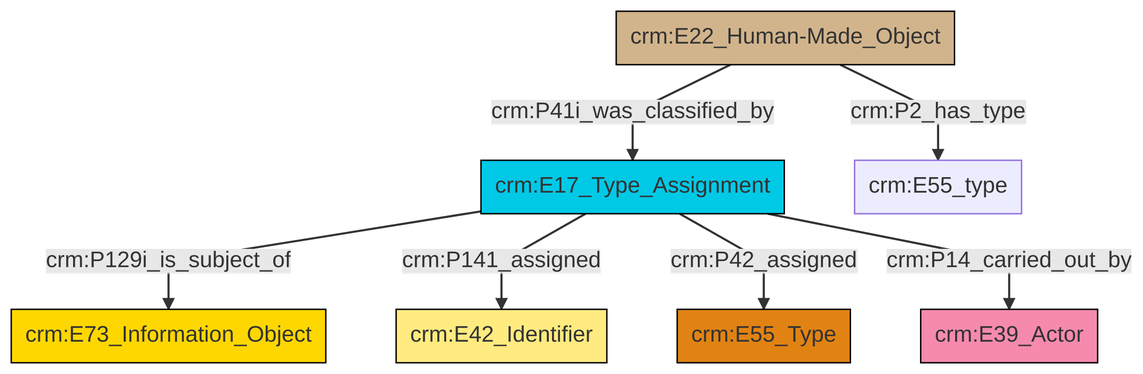
The Mermaid diagram et/builtWorkCSV/ttl/mmd/png/Built_Work_designation_status.png in swiss-art-research-net/reference-data-models, before a commit. Its source is kept beside it as et/builtWorkCSV/ttl/mmd/Built_Work_designation_status.ttl.mmd.
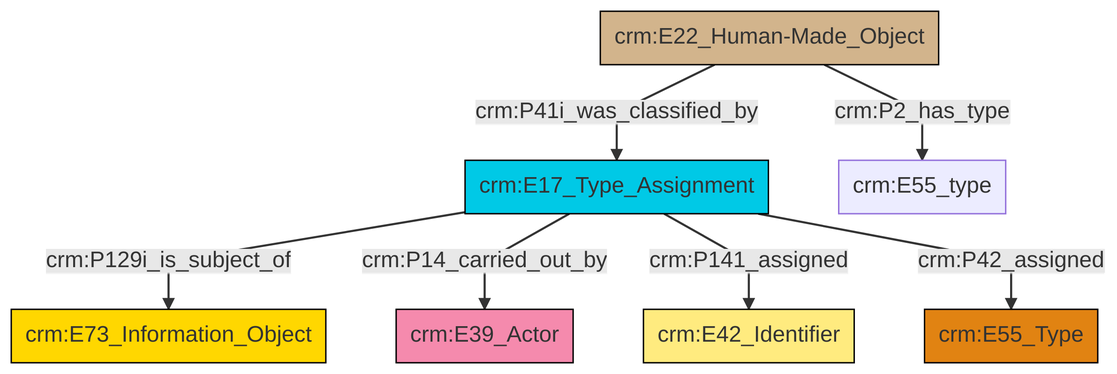
Above is the later version.

Change to the diagram source:
```diff
@@ -13,9 +13,9 @@
 classDef PC_Classes fill:#4ce600, stroke:#000000;
 classDef Multi fill:#cccccc,stroke:#000000;
 
-2["crm:E17_Type_Assignment"]:::Temporal_Entity -->|crm:P129i_is_subject_of| 4["crm:E73_Information_Object"]:::Conceptual_Object
-5["crm:E22_Human-Made_Object"]:::Physical_Thing -->|crm:P41i_was_classified_by| 2["crm:E17_Type_Assignment"]:::Temporal_Entity
-2["crm:E17_Type_Assignment"]:::Temporal_Entity -->|crm:P141_assigned| 6["crm:E42_Identifier"]:::Appellation
-2["crm:E17_Type_Assignment"]:::Temporal_Entity -->|crm:P42_assigned| 0["crm:E55_Type"]:::Type
-2["crm:E17_Type_Assignment"]:::Temporal_Entity -->|crm:P14_carried_out_by| 10["crm:E39_Actor"]:::Actor
-5["crm:E22_Human-Made_Object"]:::Physical_Thing -->|crm:P2_has_type| 8["crm:E55_type"]:::Default
+0["crm:E17_Type_Assignment"]:::Temporal_Entity -->|crm:P129i_is_subject_of| 1["crm:E73_Information_Object"]:::Conceptual_Object
+0["crm:E17_Type_Assignment"]:::Temporal_Entity -->|crm:P14_carried_out_by| 2["crm:E39_Actor"]:::Actor
+0["crm:E17_Type_Assignment"]:::Temporal_Entity -->|crm:P141_assigned| 7["crm:E42_Identifier"]:::Appellation
+0["crm:E17_Type_Assignment"]:::Temporal_Entity -->|crm:P42_assigned| 5["crm:E55_Type"]:::Type
+10["crm:E22_Human-Made_Object"]:::Physical_Thing -->|crm:P41i_was_classified_by| 0["crm:E17_Type_Assignment"]:::Temporal_Entity
+10["crm:E22_Human-Made_Object"]:::Physical_Thing -->|crm:P2_has_type| 3["crm:E55_type"]:::Default
```
